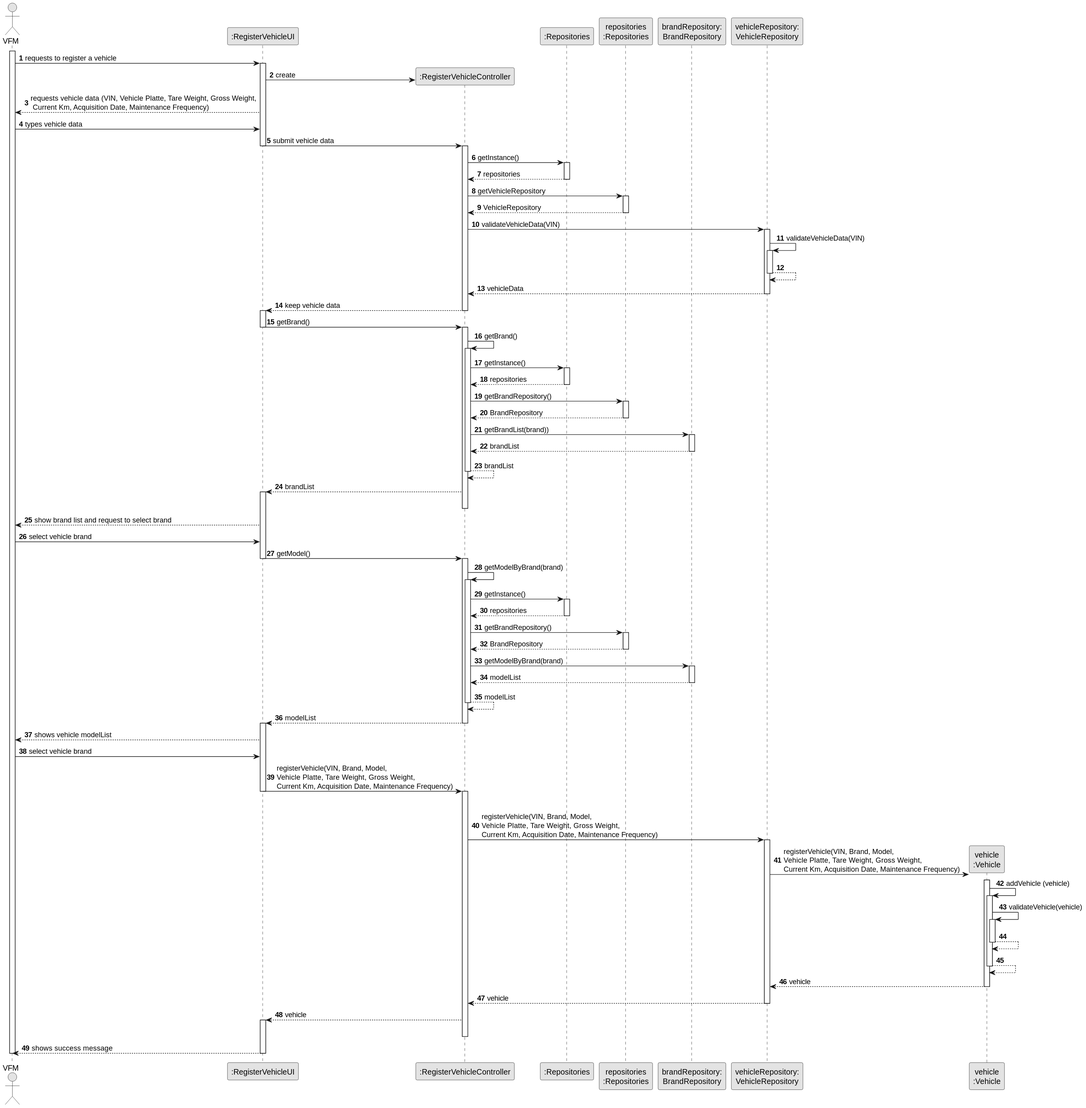
This is docs/sprintB/us006/03.design/svg/us006-sequence-diagram-full.svg from ricardomm7/leaflink, a PlantUML export, as it was before one commit.
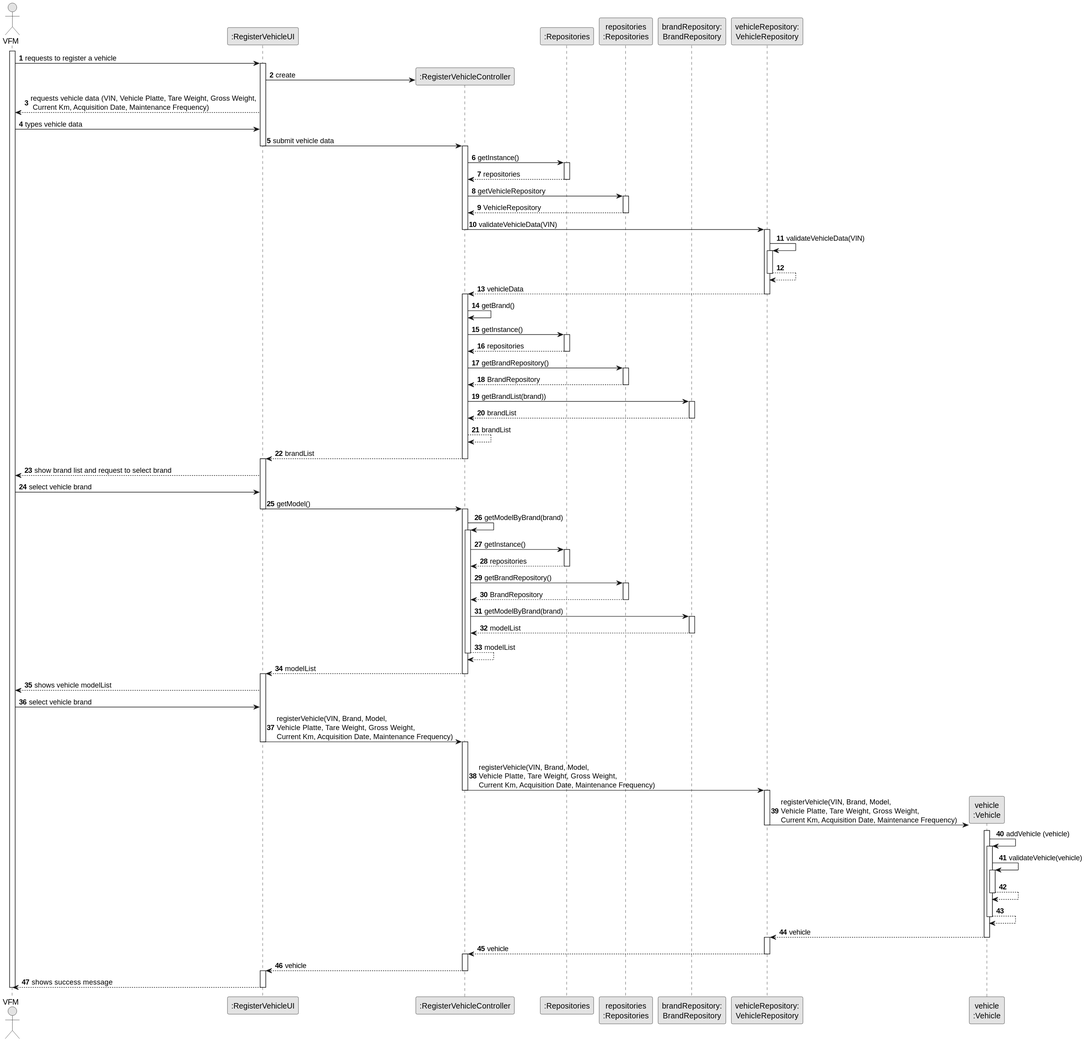
Above is the later version.

Change to the diagram source:
```diff
@@ -43,6 +43,8 @@
             deactivate PLAT
 
             CTRL -> VehicleRepository : validateVehicleData(VIN)
+            deactivate CTRL
+
             activate VehicleRepository
 
             VehicleRepository -> VehicleRepository: validateVehicleData(VIN)
@@ -52,22 +54,15 @@
             deactivate VehicleRepository
 
 
-
             VehicleRepository --> CTRL : vehicleData
             deactivate VehicleRepository
+            activate CTRL
 
 
-        CTRL --> UI : keep vehicle data
-        deactivate CTRL
-        activate UI
 
-
-        UI -> CTRL : getBrand()
         deactivate UI
-        activate CTRL
 
             CTRL -> CTRL : getBrand()
-            activate CTRL
 
                 CTRL -> RepositorySingleton : getInstance()
                 activate RepositorySingleton
@@ -88,11 +83,11 @@
                 deactivate BrandRepository
 
                 CTRL --> CTRL : brandList
-                deactivate CTRL
 
             CTRL --> UI: brandList
+            deactivate CTRL
+
             activate UI
-            deactivate CTRL
 
 
 
@@ -144,9 +139,12 @@
 
             |||
             CTRL -> VehicleRepository : registerVehicle(VIN, Brand, Model, \nVehicle Platte, Tare Weight, Gross Weight, \nCurrent Km, Acquisition Date, Maintenance Frequency)
+                        deactivate CTRL
+
             activate VehicleRepository
 
                 VehicleRepository -> VEI **: registerVehicle(VIN, Brand, Model, \nVehicle Platte, Tare Weight, Gross Weight, \nCurrent Km, Acquisition Date, Maintenance Frequency)
+                deactivate VehicleRepository
                 activate VEI
 
                     VEI -> VEI: addVehicle (vehicle)
@@ -161,15 +159,21 @@
                     VEI --> VEI
                     deactivate VEI
 
+
                 VEI --> VehicleRepository: vehicle
-                deactivate VEI
+                                deactivate VEI
+
+                activate VehicleRepository
 
             VehicleRepository --> CTRL: vehicle
             deactivate VehicleRepository
+                        activate CTRL
+
 
             CTRL --> UI: vehicle
+                        deactivate CTRL
+
             activate UI
-            deactivate CTRL
 
         UI --> VFM : shows success message
     deactivate UI
```
